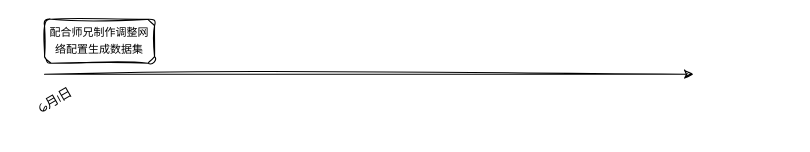
xiaolongtuan-yuan/drawio keeps this draw.io diagram as 学术/暑期总结.drawio. Above is the earlier version. Source tidied: cells renumbered, new cells numbered last; positions are measured from the earlier drawing's top-left corner, leaving out a move shared by most shapes. Both pictures are drawn from the tidied source at 110%, with x=0, y=0 at pixel (22, 19).
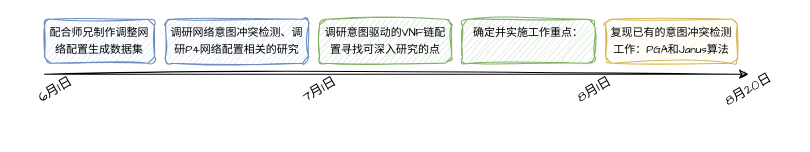
After the change.

Commit message (it also covers changes not shown here):
更新暑期总结.drawio

Change to the diagram source:
```diff
@@
 <mxGraphModel>
   <root>
     <mxCell id="0" />
     <mxCell id="1" parent="0" />
     <mxCell id="2" style="endArrow=classic;html=1;rounded=1;sketch=1;curveFitting=1;jiggle=2;labelBackgroundColor=none;fontColor=default;" parent="1" edge="1">
       <mxGeometry relative="1" as="geometry">
         <mxPoint x="20" y="50" as="sourcePoint" />
-        <mxPoint x="610" y="50" as="targetPoint" />
+        <mxPoint x="660" y="50" as="targetPoint" />
       </mxGeometry>
     </mxCell>
     <mxCell id="3" value="6月1日" style="text;html=1;align=center;verticalAlign=middle;strokeColor=none;fillColor=none;fontFamily=Architects Daughter;rotation=-30;" parent="1" vertex="1">
-      <mxGeometry y="60" width="60" height="30" as="geometry" />
+      <mxGeometry y="50" width="60" height="30" as="geometry" />
     </mxCell>
-    <mxCell id="4" value="&lt;font style=&quot;font-size: 10px;&quot;&gt;配合师兄制作调整网络配置生成数据集&lt;/font&gt;" style="whiteSpace=wrap;html=1;rounded=1;sketch=1;hachureGap=4;jiggle=2;curveFitting=1;fontFamily=Architects Daughter;" parent="1" vertex="1">
+    <mxCell id="4" value="&lt;font style=&quot;font-size: 10px;&quot;&gt;配合师兄制作调整网络配置生成数据集&lt;/font&gt;" style="whiteSpace=wrap;html=1;rounded=1;sketch=1;hachureGap=4;jiggle=2;curveFitting=1;fontFamily=Architects Daughter;fillColor=#dae8fc;strokeColor=#6c8ebf;" parent="1" vertex="1">
       <mxGeometry x="20" width="100" height="40" as="geometry" />
     </mxCell>
+    <mxCell id="5" value="&lt;span style=&quot;font-size: 10px;&quot;&gt;调研网络意图冲突检测、&lt;/span&gt;&lt;span style=&quot;font-size: 10px;&quot;&gt;调研P4网络配置&lt;/span&gt;&lt;span style=&quot;font-size: 10px;&quot;&gt;相关的研究&lt;/span&gt;" style="whiteSpace=wrap;html=1;rounded=1;sketch=1;hachureGap=4;jiggle=2;curveFitting=1;fontFamily=Architects Daughter;fillColor=#dae8fc;strokeColor=#6c8ebf;" parent="1" vertex="1">
+      <mxGeometry x="130" width="130" height="40" as="geometry" />
+    </mxCell>
+    <mxCell id="6" value="7月1日" style="text;html=1;align=center;verticalAlign=middle;strokeColor=none;fillColor=none;fontFamily=Architects Daughter;rotation=-30;" parent="1" vertex="1">
+      <mxGeometry x="240" y="50" width="60" height="30" as="geometry" />
+    </mxCell>
+    <mxCell id="7" value="&lt;span style=&quot;font-size: 10px;&quot;&gt;调研意图驱动的VNF链配置寻找可深入研究的点&lt;/span&gt;" style="whiteSpace=wrap;html=1;rounded=1;sketch=1;hachureGap=4;jiggle=2;curveFitting=1;fontFamily=Architects Daughter;fillColor=#d5e8d4;strokeColor=#82b366;" parent="1" vertex="1">
+      <mxGeometry x="270" width="120" height="40" as="geometry" />
+    </mxCell>
+    <mxCell id="8" value="8月1日" style="text;html=1;align=center;verticalAlign=middle;strokeColor=none;fillColor=none;fontFamily=Architects Daughter;rotation=-30;" parent="1" vertex="1">
+      <mxGeometry x="490" y="50" width="60" height="30" as="geometry" />
+    </mxCell>
+    <mxCell id="9" value="&lt;span style=&quot;font-size: 10px;&quot;&gt;确定并实施工作重点：&lt;/span&gt;&lt;div&gt;&lt;span style=&quot;font-size: 10px;&quot;&gt;&lt;br&gt;&lt;/span&gt;&lt;/div&gt;" style="whiteSpace=wrap;html=1;rounded=1;sketch=1;hachureGap=4;jiggle=2;curveFitting=1;fontFamily=Architects Daughter;fillColor=#d5e8d4;strokeColor=#82b366;" parent="1" vertex="1">
+      <mxGeometry x="400" width="120" height="40" as="geometry" />
+    </mxCell>
+    <mxCell id="10" value="&lt;div&gt;&lt;span style=&quot;font-size: 10px;&quot;&gt;复现已有的意图冲突检测工作：PGA和Janus算法&lt;/span&gt;&lt;/div&gt;" style="whiteSpace=wrap;html=1;rounded=1;sketch=1;hachureGap=4;jiggle=2;curveFitting=1;fontFamily=Architects Daughter;fillColor=#fff2cc;strokeColor=#d6b656;" parent="1" vertex="1">
+      <mxGeometry x="530" width="120" height="40" as="geometry" />
+    </mxCell>
+    <mxCell id="11" value="8月20日" style="text;html=1;align=center;verticalAlign=middle;strokeColor=none;fillColor=none;fontFamily=Architects Daughter;rotation=-30;" parent="1" vertex="1">
+      <mxGeometry x="625" y="50" width="70" height="30" as="geometry" />
+    </mxCell>
   </root>
 </mxGraphModel>
```
